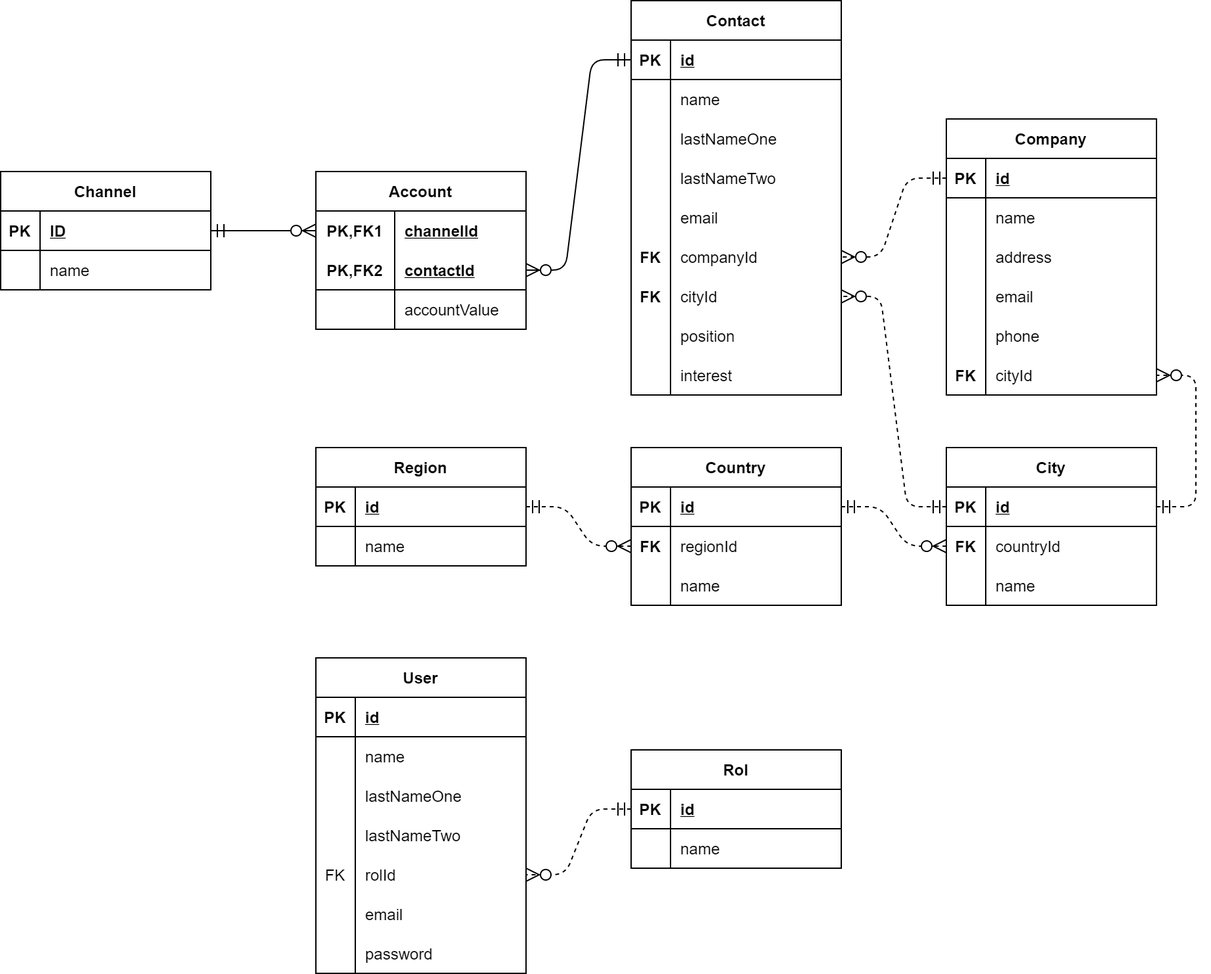
justanindieguy/data-warehouse keeps this draw.io diagram as backend/sql/diagrams/relational_model_en.png. Above is the earlier version. Source tidied: cells renumbered, new cells last; positions are measured from the earlier drawing's top-left corner, leaving out a move shared by most shapes.
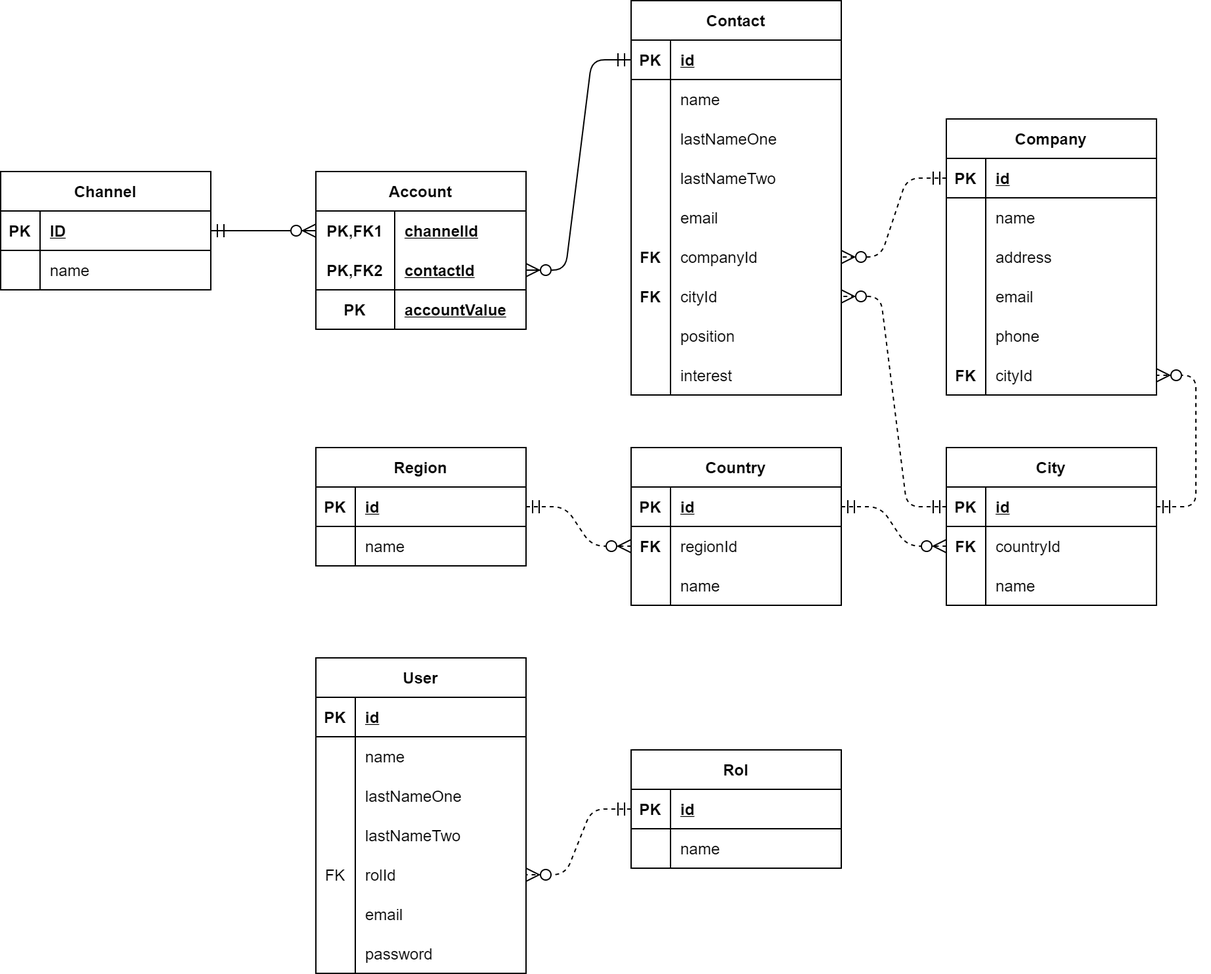
The same file after the commit.

What changed in the source:
```diff
@@ -206,10 +206,10 @@
     <mxCell id="69" style="shape=partialRectangle;fillColor=none;top=0;left=0;bottom=0;right=0;" parent="62" vertex="1">
       <mxGeometry y="90" width="160" height="30" as="geometry" />
     </mxCell>
-    <mxCell id="70" style="shape=partialRectangle;fillColor=none;top=0;left=0;bottom=0;right=0;overflow=hidden;" parent="69" vertex="1">
+    <mxCell id="70" value="PK" style="shape=partialRectangle;fillColor=none;top=0;left=0;bottom=0;right=0;overflow=hidden;fontStyle=1;" parent="69" vertex="1">
       <mxGeometry width="60" height="30" as="geometry" />
     </mxCell>
-    <mxCell id="71" value="accountValue" style="shape=partialRectangle;fillColor=none;top=0;left=0;bottom=0;right=0;align=left;spacingLeft=6;overflow=hidden;" parent="69" vertex="1">
+    <mxCell id="71" value="accountValue" style="shape=partialRectangle;fillColor=none;top=0;left=0;bottom=0;right=0;align=left;spacingLeft=6;overflow=hidden;fontStyle=5;" parent="69" vertex="1">
       <mxGeometry x="60" width="100" height="30" as="geometry" />
     </mxCell>
     <mxCell id="72" value="Rol" style="shape=table;startSize=30;rowLines=0;fontStyle=1;align=center;" parent="1" vertex="1">
```
